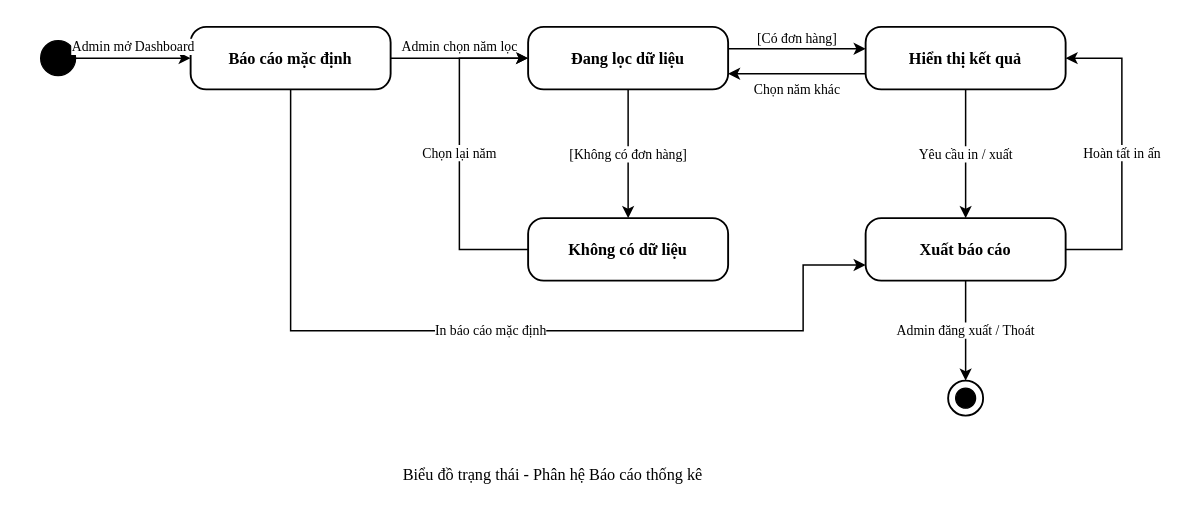
The draw.io diagram BieuDoTrangThai_BaoCaoThongKe.drawio in Phambanam030805/ndn-mobile-ecommerce, before the edit. Source tidied: cells renumbered, new cells numbered last; positions are measured from the earlier drawing's top-left corner, leaving out a move shared by most shapes. Both pictures are drawn from the tidied source at 125%, with x=0, y=0 at pixel (40, 26).
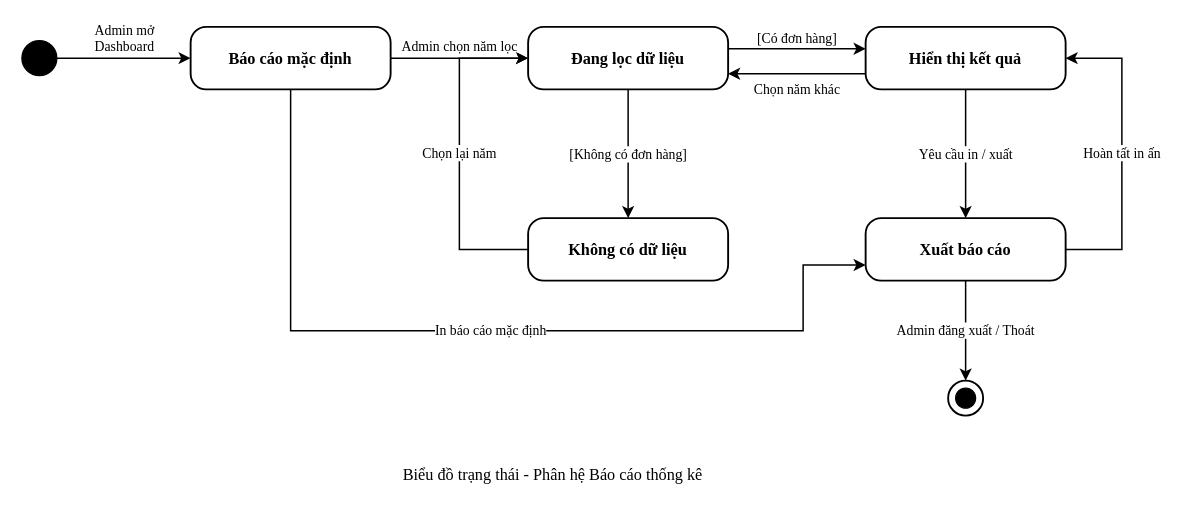
The same page after the edit.

Commit message:
style(diagrams): polish start node label wrapping and spacing; git push origin main

Unchanged cells that the change refers to:
```xml
<mxCell id="3" value="Báo cáo mặc định" style="rounded=1;arcSize=25;whiteSpace=wrap;html=1;fontFamily=Times New Roman;fontSize=13;fontStyle=1;strokeColor=#000000;strokeWidth=1.5;fillColor=#ffffff;align=center;verticalAlign=middle;" parent="1" vertex="1">
  <mxGeometry x="120" width="160" height="50" as="geometry" />
</mxCell>
```

The edit, as a diff of the source:
```diff
@@
     <mxCell id="2" style="ellipse;fillColor=#000000;strokeColor=#000000;" parent="1" vertex="1">
-      <mxGeometry y="11" width="28" height="28" as="geometry" />
+      <mxGeometry x="-15" y="11" width="28" height="28" as="geometry" />
     </mxCell>
@@
-    <mxCell id="10" value="Admin mở Dashboard" style="edgeStyle=orthogonalEdgeStyle;rounded=0;jettySize=auto;html=1;fontFamily=Times New Roman;fontSize=11;strokeColor=#000000;strokeWidth=1.2;align=center;verticalAlign=bottom;labelBackgroundColor=#ffffff;" parent="1" edge="1" source="2" target="3">
+    <mxCell id="10" value="Admin mở&lt;br/&gt;Dashboard" style="edgeStyle=orthogonalEdgeStyle;rounded=0;jettySize=auto;html=1;fontFamily=Times New Roman;fontSize=11;strokeColor=#000000;strokeWidth=1.2;align=center;verticalAlign=bottom;labelBackgroundColor=#ffffff;" parent="1" edge="1" source="2" target="3">
       <mxGeometry relative="1" as="geometry" />
     </mxCell>
```
